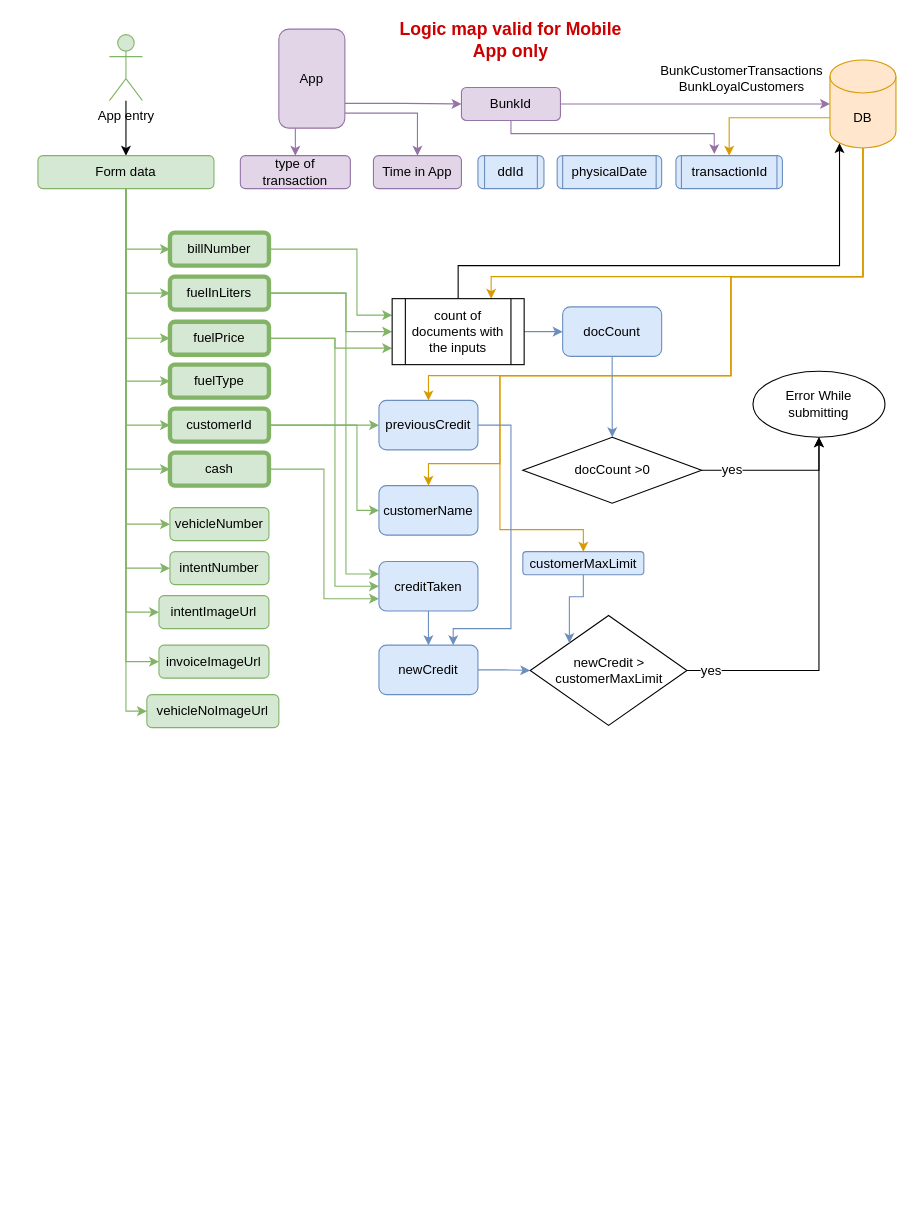
This is page "Type == Expense" (2 of 3) of Creditor_Transactions.drawio from LakshEternl/GazoLogicMap, a draw.io file, before an edit. Source tidied: cells renumbered, new cells numbered last; positions are measured from the earlier drawing's top-left corner, leaving out a move shared by most shapes. Both pictures are drawn from the tidied source at 110%, with x=0, y=0 at pixel (37, 23).
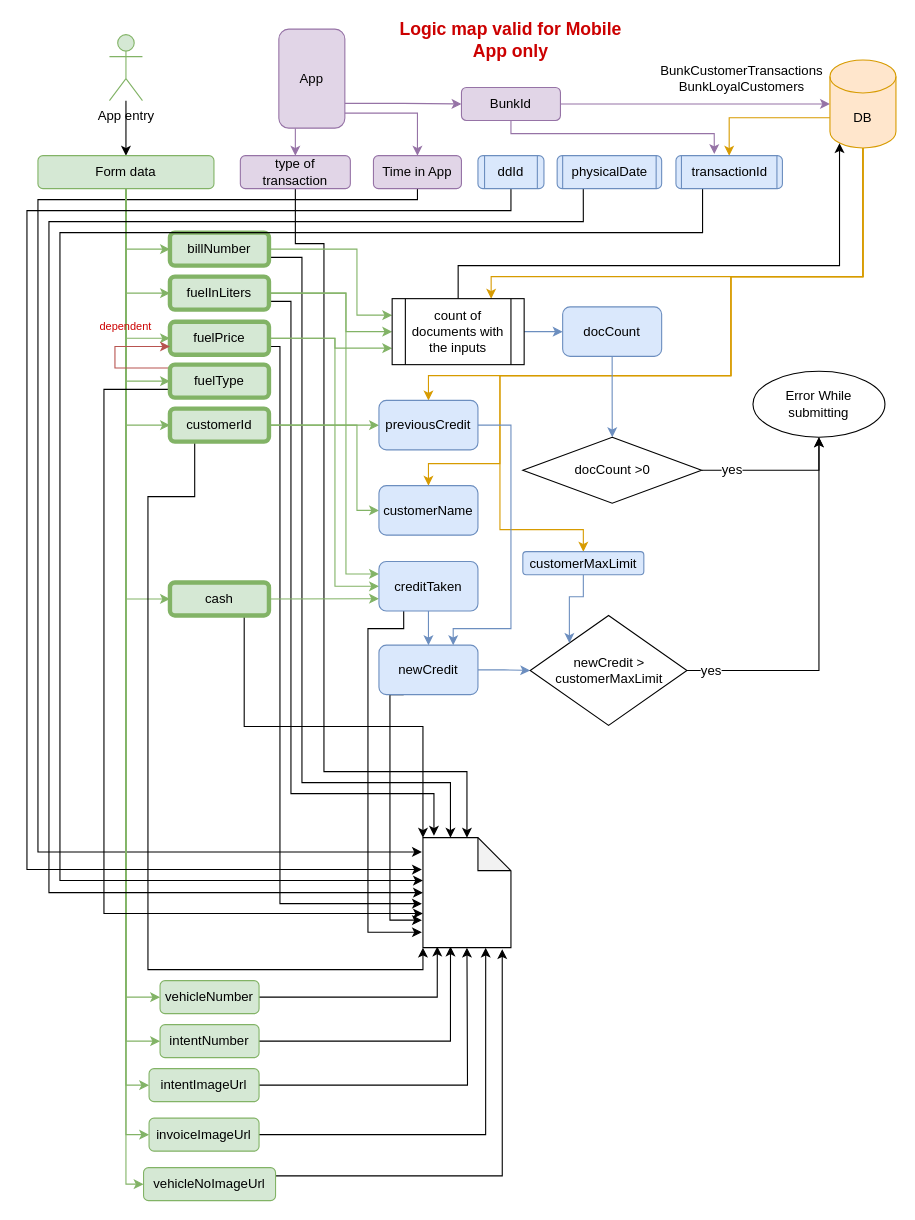
The same diagram, later.

The change refers to these unchanged cells:
```xml
<mxCell id="2" value="type of transaction" style="rounded=1;whiteSpace=wrap;html=1;fillColor=#e1d5e7;strokeColor=#9673a6;" parent="1" vertex="1">
  <mxGeometry x="184" y="120" width="100" height="30" as="geometry" />
</mxCell>
<mxCell id="3" value="Time in App" style="rounded=1;whiteSpace=wrap;html=1;fillColor=#e1d5e7;strokeColor=#9673a6;" parent="1" vertex="1">
  <mxGeometry x="305" y="120" width="80" height="30" as="geometry" />
</mxCell>
<mxCell id="28" value="Form data" style="rounded=1;whiteSpace=wrap;html=1;fillColor=#d5e8d4;strokeColor=#82b366;" parent="1" vertex="1">
  <mxGeometry y="120" width="160" height="30" as="geometry" />
</mxCell>
<mxCell id="32" value="ddId" style="shape=process;whiteSpace=wrap;html=1;backgroundOutline=1;fillColor=#dae8fc;strokeColor=#6c8ebf;rounded=1;" parent="1" vertex="1">
  <mxGeometry x="400" y="120" width="60" height="30" as="geometry" />
</mxCell>
<mxCell id="33" value="physicalDate" style="shape=process;whiteSpace=wrap;html=1;backgroundOutline=1;fillColor=#dae8fc;strokeColor=#6c8ebf;rounded=1;size=0.045454545454545456;" parent="1" vertex="1">
  <mxGeometry x="472" y="120" width="95" height="30" as="geometry" />
</mxCell>
<mxCell id="36" value="billNumber" style="rounded=1;whiteSpace=wrap;html=1;fillColor=#d5e8d4;strokeColor=#82b366;strokeWidth=4;" parent="1" vertex="1">
  <mxGeometry x="120" y="190" width="90" height="30" as="geometry" />
</mxCell>
<mxCell id="39" value="fuelInLiters" style="rounded=1;whiteSpace=wrap;html=1;fillColor=#d5e8d4;strokeColor=#82b366;strokeWidth=4;" parent="1" vertex="1">
  <mxGeometry x="120" y="230" width="90" height="30" as="geometry" />
</mxCell>
<mxCell id="42" value="fuelPrice" style="rounded=1;whiteSpace=wrap;html=1;fillColor=#d5e8d4;strokeColor=#82b366;strokeWidth=4;" parent="1" vertex="1">
  <mxGeometry x="120" y="271" width="90" height="30" as="geometry" />
</mxCell>
<mxCell id="55" value="fuelType" style="rounded=1;whiteSpace=wrap;html=1;fillColor=#d5e8d4;strokeColor=#82b366;strokeWidth=4;" parent="1" vertex="1">
  <mxGeometry x="120" y="310" width="90" height="30" as="geometry" />
</mxCell>
<mxCell id="58" value="customerId" style="rounded=1;whiteSpace=wrap;html=1;fillColor=#d5e8d4;strokeColor=#82b366;strokeWidth=4;" parent="1" vertex="1">
  <mxGeometry x="120" y="350" width="90" height="30" as="geometry" />
</mxCell>
<mxCell id="63" value="transactionId" style="shape=process;whiteSpace=wrap;html=1;backgroundOutline=1;fillColor=#dae8fc;strokeColor=#6c8ebf;rounded=1;size=0.02727272727272727;" parent="1" vertex="1">
  <mxGeometry x="580" y="120" width="96.8" height="30" as="geometry" />
</mxCell>
<mxCell id="65" value="creditTaken" style="rounded=1;whiteSpace=wrap;html=1;fillColor=#dae8fc;strokeColor=#6c8ebf;" parent="1" vertex="1">
  <mxGeometry x="310" y="489" width="90" height="45" as="geometry" />
</mxCell>
<mxCell id="71" value="newCredit" style="rounded=1;whiteSpace=wrap;html=1;fillColor=#dae8fc;strokeColor=#6c8ebf;" parent="1" vertex="1">
  <mxGeometry x="310" y="565" width="90" height="45" as="geometry" />
</mxCell>
```

Diff of the diagram source:
```diff
@@
+    <mxCell id="77" style="edgeStyle=orthogonalEdgeStyle;jettySize=auto;html=1;exitX=0.5;exitY=1;exitDx=0;exitDy=0;fontSize=10;fontColor=#CC0000;rounded=0;" parent="1" edge="1" source="2" target="97">
+      <mxGeometry relative="1" as="geometry">
+        <Array as="points">
+          <mxPoint x="234" y="200" />
+          <mxPoint x="260" y="200" />
+          <mxPoint x="260" y="680" />
+          <mxPoint x="390" y="680" />
+        </Array>
+      </mxGeometry>
+    </mxCell>
@@
+    <mxCell id="78" style="edgeStyle=orthogonalEdgeStyle;rounded=0;jettySize=auto;html=1;exitX=0.5;exitY=1;exitDx=0;exitDy=0;entryX=-0.012;entryY=0.13;entryDx=0;entryDy=0;entryPerimeter=0;fontSize=10;fontColor=#CC0000;" parent="1" edge="1" source="3" target="97">
+      <mxGeometry relative="1" as="geometry">
+        <Array as="points">
+          <mxPoint x="345" y="160" />
+          <mxPoint y="160" />
+          <mxPoint y="753" />
+        </Array>
+      </mxGeometry>
+    </mxCell>
@@
     <mxCell id="22" style="edgeStyle=orthogonalEdgeStyle;rounded=0;jettySize=auto;html=1;exitX=0.5;exitY=1;exitDx=0;exitDy=0;entryX=0;entryY=0.5;entryDx=0;entryDy=0;fontSize=12;fontColor=#000000;fillColor=#d5e8d4;strokeColor=#82b366;" parent="1" edge="1" source="28" target="54">
       <mxGeometry relative="1" as="geometry">
         <Array as="points">
-          <mxPoint x="80" y="625" />
+          <mxPoint x="80" y="1055" />
         </Array>
       </mxGeometry>
     </mxCell>
@@
+    <mxCell id="79" style="edgeStyle=orthogonalEdgeStyle;rounded=0;jettySize=auto;html=1;exitX=0.5;exitY=1;exitDx=0;exitDy=0;entryX=-0.012;entryY=0.29;entryDx=0;entryDy=0;entryPerimeter=0;fontSize=10;fontColor=#CC0000;" parent="1" edge="1" source="32" target="97">
+      <mxGeometry relative="1" as="geometry">
+        <Array as="points">
+          <mxPoint x="430" y="170" />
+          <mxPoint x="-10" y="170" />
+          <mxPoint x="-10" y="769" />
+        </Array>
+      </mxGeometry>
+    </mxCell>
@@
+    <mxCell id="80" style="edgeStyle=orthogonalEdgeStyle;rounded=0;jettySize=auto;html=1;exitX=0.25;exitY=1;exitDx=0;exitDy=0;entryX=0;entryY=0.5;entryDx=0;entryDy=0;entryPerimeter=0;fontSize=10;fontColor=#CC0000;" parent="1" edge="1" source="33" target="97">
+      <mxGeometry relative="1" as="geometry">
+        <Array as="points">
+          <mxPoint x="496" y="180" />
+          <mxPoint x="10" y="180" />
+          <mxPoint x="10" y="790" />
+        </Array>
+      </mxGeometry>
+    </mxCell>
@@
+    <mxCell id="81" style="edgeStyle=orthogonalEdgeStyle;rounded=0;jettySize=auto;html=1;exitX=1;exitY=0.75;exitDx=0;exitDy=0;entryX=0;entryY=0;entryDx=25;entryDy=0;entryPerimeter=0;fontSize=10;fontColor=#CC0000;" parent="1" edge="1" source="36" target="97">
+      <mxGeometry relative="1" as="geometry">
+        <Array as="points">
+          <mxPoint x="240" y="213" />
+          <mxPoint x="240" y="690" />
+          <mxPoint x="375" y="690" />
+        </Array>
+      </mxGeometry>
+    </mxCell>
@@
+    <mxCell id="82" style="edgeStyle=orthogonalEdgeStyle;rounded=0;jettySize=auto;html=1;exitX=1;exitY=0.75;exitDx=0;exitDy=0;entryX=0.125;entryY=-0.017;entryDx=0;entryDy=0;entryPerimeter=0;fontSize=10;fontColor=#CC0000;" parent="1" edge="1" source="39" target="97">
+      <mxGeometry relative="1" as="geometry">
+        <Array as="points">
+          <mxPoint x="230" y="253" />
+          <mxPoint x="230" y="700" />
+          <mxPoint x="360" y="700" />
+        </Array>
+      </mxGeometry>
+    </mxCell>
@@
+    <mxCell id="83" style="edgeStyle=orthogonalEdgeStyle;rounded=0;jettySize=auto;html=1;exitX=1;exitY=0.75;exitDx=0;exitDy=0;entryX=-0.012;entryY=0.6;entryDx=0;entryDy=0;entryPerimeter=0;fontSize=10;fontColor=#CC0000;" parent="1" edge="1" source="42" target="97">
+      <mxGeometry relative="1" as="geometry">
+        <Array as="points">
+          <mxPoint x="220" y="294" />
+          <mxPoint x="220" y="800" />
+        </Array>
+      </mxGeometry>
+    </mxCell>
@@
+    <mxCell id="84" style="edgeStyle=orthogonalEdgeStyle;rounded=0;jettySize=auto;html=1;exitX=1;exitY=0.5;exitDx=0;exitDy=0;fontSize=10;fontColor=#CC0000;" parent="1" edge="1" source="52">
+      <mxGeometry relative="1" as="geometry">
+        <mxPoint x="390" y="840" as="targetPoint" />
+      </mxGeometry>
+    </mxCell>
     <mxCell id="52" value="intentImageUrl" style="rounded=1;whiteSpace=wrap;html=1;fillColor=#d5e8d4;strokeColor=#82b366;" parent="1" vertex="1">
-      <mxGeometry x="110" y="520" width="100" height="30" as="geometry" />
+      <mxGeometry x="101" y="950" width="100" height="30" as="geometry" />
     </mxCell>
+    <mxCell id="85" style="edgeStyle=orthogonalEdgeStyle;rounded=0;jettySize=auto;html=1;exitX=1;exitY=0.5;exitDx=0;exitDy=0;entryX=0.713;entryY=1;entryDx=0;entryDy=0;entryPerimeter=0;fontSize=10;fontColor=#CC0000;" parent="1" edge="1" source="53" target="97">
+      <mxGeometry relative="1" as="geometry" />
+    </mxCell>
     <mxCell id="53" value="invoiceImageUrl" style="rounded=1;whiteSpace=wrap;html=1;fillColor=#d5e8d4;strokeColor=#82b366;" parent="1" vertex="1">
-      <mxGeometry x="110" y="565" width="100" height="30" as="geometry" />
+      <mxGeometry x="101" y="995" width="100" height="30" as="geometry" />
     </mxCell>
+    <mxCell id="86" style="edgeStyle=orthogonalEdgeStyle;rounded=0;jettySize=auto;html=1;exitX=1;exitY=0.25;exitDx=0;exitDy=0;entryX=0.901;entryY=1.014;entryDx=0;entryDy=0;entryPerimeter=0;fontSize=10;fontColor=#CC0000;" parent="1" edge="1" source="54" target="97">
+      <mxGeometry relative="1" as="geometry">
+        <Array as="points">
+          <mxPoint x="422" y="1048" />
+        </Array>
+      </mxGeometry>
+    </mxCell>
     <mxCell id="54" value="vehicleNoImageUrl" style="rounded=1;whiteSpace=wrap;html=1;fillColor=#d5e8d4;strokeColor=#82b366;" parent="1" vertex="1">
-      <mxGeometry x="99" y="610" width="120" height="30" as="geometry" />
+      <mxGeometry x="96" y="1040" width="120" height="30" as="geometry" />
     </mxCell>
+    <mxCell id="87" style="edgeStyle=orthogonalEdgeStyle;rounded=0;jettySize=auto;html=1;exitX=0;exitY=0.25;exitDx=0;exitDy=0;entryX=0;entryY=0.75;entryDx=0;entryDy=0;fillColor=#f8cecc;strokeColor=#b85450;" parent="1" edge="1" source="55" target="42">
+      <mxGeometry relative="1" as="geometry">
+        <Array as="points">
+          <mxPoint x="210" y="318" />
+          <mxPoint x="210" y="313" />
+          <mxPoint x="70" y="313" />
+          <mxPoint x="70" y="294" />
+        </Array>
+      </mxGeometry>
+    </mxCell>
+    <mxCell id="88" style="edgeStyle=orthogonalEdgeStyle;rounded=0;jettySize=auto;html=1;exitX=0;exitY=0.75;exitDx=0;exitDy=0;entryX=0;entryY=0.69;entryDx=0;entryDy=0;entryPerimeter=0;fontSize=10;fontColor=#CC0000;" parent="1" edge="1" source="55" target="97">
+      <mxGeometry relative="1" as="geometry">
+        <Array as="points">
+          <mxPoint x="60" y="333" />
+          <mxPoint x="60" y="809" />
+        </Array>
+      </mxGeometry>
+    </mxCell>
@@
+    <mxCell id="89" style="edgeStyle=orthogonalEdgeStyle;rounded=0;jettySize=auto;html=1;exitX=0.25;exitY=1;exitDx=0;exitDy=0;entryX=0;entryY=1;entryDx=0;entryDy=0;entryPerimeter=0;fontSize=10;fontColor=#CC0000;" parent="1" edge="1" source="58" target="97">
+      <mxGeometry relative="1" as="geometry">
+        <Array as="points">
+          <mxPoint x="143" y="430" />
+          <mxPoint x="100" y="430" />
+          <mxPoint x="100" y="860" />
+          <mxPoint x="350" y="860" />
+        </Array>
+      </mxGeometry>
+    </mxCell>
@@
     <mxCell id="59" style="edgeStyle=orthogonalEdgeStyle;rounded=0;jettySize=auto;html=1;exitX=1;exitY=0.5;exitDx=0;exitDy=0;entryX=0;entryY=0.75;entryDx=0;entryDy=0;fontSize=12;fontColor=#000000;fillColor=#d5e8d4;strokeColor=#82b366;" parent="1" edge="1" source="60" target="65">
       <mxGeometry relative="1" as="geometry">
         <Array as="points">
-          <mxPoint x="260" y="405" />
-          <mxPoint x="260" y="523" />
+          <mxPoint x="210" y="523" />
         </Array>
       </mxGeometry>
     </mxCell>
+    <mxCell id="90" style="edgeStyle=orthogonalEdgeStyle;rounded=0;jettySize=auto;html=1;exitX=0.75;exitY=1;exitDx=0;exitDy=0;entryX=0;entryY=0;entryDx=0;entryDy=0;entryPerimeter=0;fontSize=10;fontColor=#CC0000;" parent="1" edge="1" source="60" target="97">
+      <mxGeometry relative="1" as="geometry" />
+    </mxCell>
     <mxCell id="60" value="cash" style="rounded=1;whiteSpace=wrap;html=1;fillColor=#d5e8d4;strokeColor=#82b366;strokeWidth=4;" parent="1" vertex="1">
-      <mxGeometry x="120" y="390" width="90" height="30" as="geometry" />
+      <mxGeometry x="120" y="508" width="90" height="30" as="geometry" />
     </mxCell>
+    <mxCell id="91" style="edgeStyle=orthogonalEdgeStyle;rounded=0;jettySize=auto;html=1;exitX=1;exitY=0.5;exitDx=0;exitDy=0;entryX=0.163;entryY=0.99;entryDx=0;entryDy=0;entryPerimeter=0;fontSize=10;fontColor=#CC0000;" parent="1" edge="1" source="61" target="97">
+      <mxGeometry relative="1" as="geometry" />
+    </mxCell>
     <mxCell id="61" value="vehicleNumber" style="rounded=1;whiteSpace=wrap;html=1;fillColor=#d5e8d4;strokeColor=#82b366;" parent="1" vertex="1">
-      <mxGeometry x="120" y="440" width="90" height="30" as="geometry" />
+      <mxGeometry x="111" y="870" width="90" height="30" as="geometry" />
     </mxCell>
+    <mxCell id="92" style="edgeStyle=orthogonalEdgeStyle;rounded=0;jettySize=auto;html=1;exitX=1;exitY=0.5;exitDx=0;exitDy=0;entryX=0.313;entryY=0.99;entryDx=0;entryDy=0;entryPerimeter=0;fontSize=10;fontColor=#CC0000;" parent="1" edge="1" source="62" target="97">
+      <mxGeometry relative="1" as="geometry" />
+    </mxCell>
     <mxCell id="62" value="intentNumber" style="rounded=1;whiteSpace=wrap;html=1;fillColor=#d5e8d4;strokeColor=#82b366;" parent="1" vertex="1">
-      <mxGeometry x="120" y="480" width="90" height="30" as="geometry" />
+      <mxGeometry x="111" y="910" width="90" height="30" as="geometry" />
     </mxCell>
+    <mxCell id="93" style="edgeStyle=orthogonalEdgeStyle;rounded=0;jettySize=auto;html=1;exitX=0.25;exitY=1;exitDx=0;exitDy=0;fontSize=10;fontColor=#CC0000;entryX=0;entryY=0.39;entryDx=0;entryDy=0;entryPerimeter=0;" parent="1" edge="1" source="63" target="97">
+      <mxGeometry relative="1" as="geometry">
+        <Array as="points">
+          <mxPoint x="604" y="190" />
+          <mxPoint x="20" y="190" />
+          <mxPoint x="20" y="779" />
+        </Array>
+      </mxGeometry>
+    </mxCell>
@@
+    <mxCell id="94" style="edgeStyle=orthogonalEdgeStyle;rounded=0;jettySize=auto;html=1;exitX=0.25;exitY=1;exitDx=0;exitDy=0;entryX=-0.012;entryY=0.86;entryDx=0;entryDy=0;entryPerimeter=0;fontSize=10;fontColor=#CC0000;" parent="1" edge="1" source="65" target="97">
+      <mxGeometry relative="1" as="geometry">
+        <Array as="points">
+          <mxPoint x="333" y="550" />
+          <mxPoint x="300" y="550" />
+          <mxPoint x="300" y="826" />
+        </Array>
+      </mxGeometry>
+    </mxCell>
@@
+    <mxCell id="95" style="edgeStyle=orthogonalEdgeStyle;rounded=0;jettySize=auto;html=1;exitX=0.25;exitY=1;exitDx=0;exitDy=0;entryX=-0.012;entryY=0.75;entryDx=0;entryDy=0;entryPerimeter=0;fontSize=10;fontColor=#CC0000;" parent="1" edge="1" source="71" target="97">
+      <mxGeometry relative="1" as="geometry">
+        <Array as="points">
+          <mxPoint x="320" y="610" />
+          <mxPoint x="320" y="815" />
+        </Array>
+      </mxGeometry>
+    </mxCell>
@@
+    <mxCell id="96" value="&lt;font style=&quot;font-size: 10px;&quot; color=&quot;#CC0000&quot;&gt;dependent&lt;/font&gt;" style="text;html=1;align=center;verticalAlign=middle;whiteSpace=wrap;rounded=0;" parent="1" vertex="1">
+      <mxGeometry x="50" y="260" width="60" height="30" as="geometry" />
+    </mxCell>
+    <mxCell id="97" style="shape=note;whiteSpace=wrap;html=1;backgroundOutline=1;darkOpacity=0.05;fontSize=10;fontColor=#CC0000;size=30;" parent="1" vertex="1">
+      <mxGeometry x="350" y="740" width="80" height="100" as="geometry" />
+    </mxCell>
```
